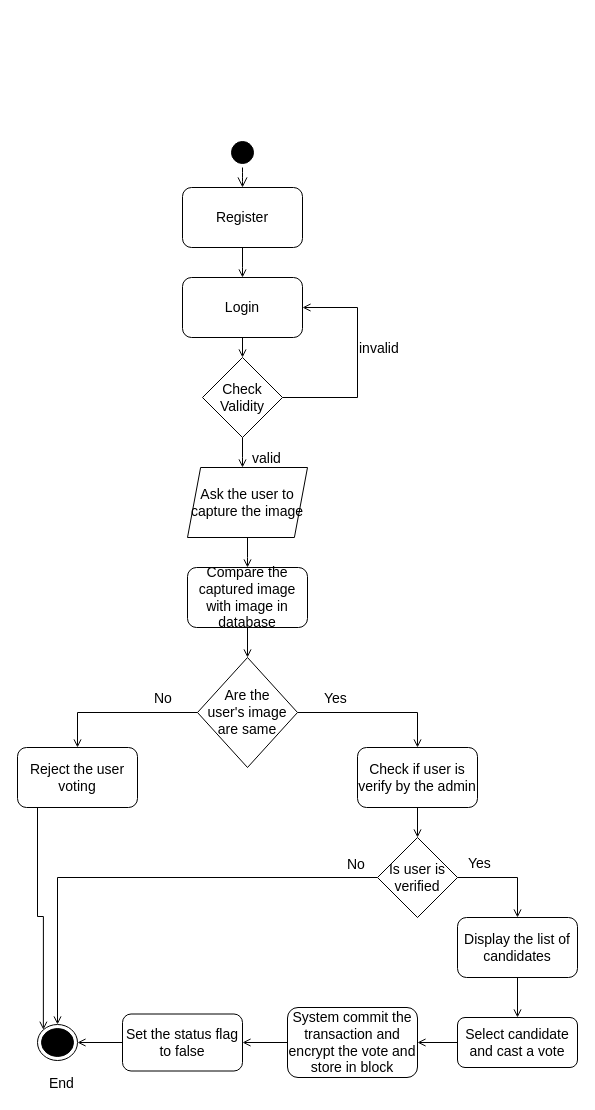
This is page "Page-1" (1 of 3) of Activity.drawio from matic14/BLockVote-UML-Diagram, a draw.io file, before an edit. Source tidied: cells renumbered, new cells numbered last; positions are measured from the earlier drawing's top-left corner, leaving out a move shared by most shapes. Both pictures are drawn from the tidied source at 100%, with x=0, y=0 at pixel (17, 137).
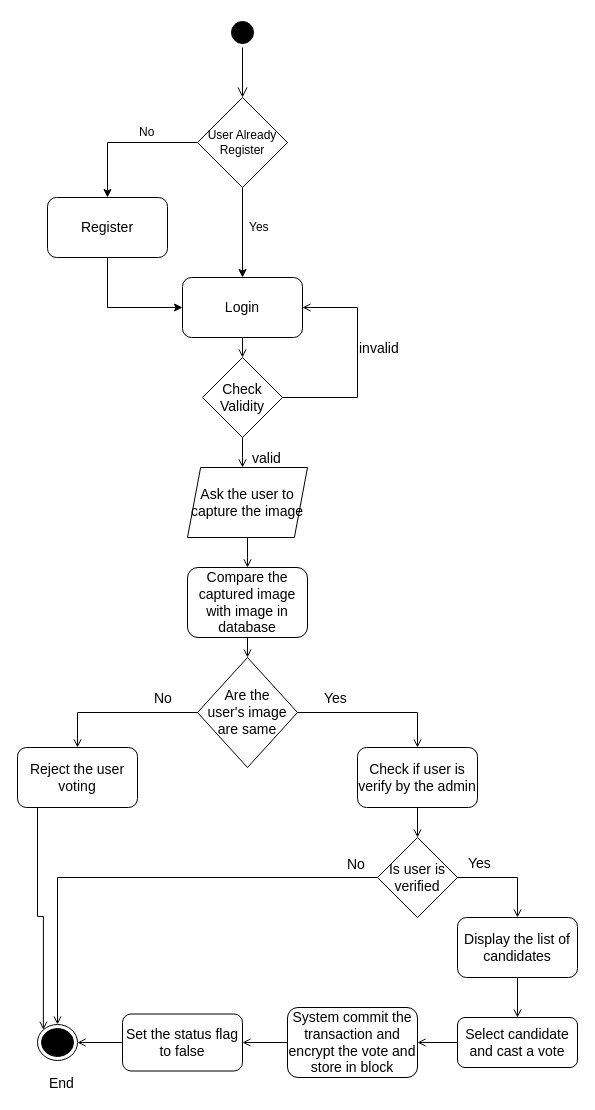
The same page after the edit.

The change refers to these unchanged cells:
```xml
<mxCell id="7" value="&lt;span&gt;Login&lt;/span&gt;" style="rounded=1;whiteSpace=wrap;html=1;strokeColor=#000000;fontSize=14;fontStyle=0;" parent="1" vertex="1">
  <mxGeometry x="165" y="140" width="120" height="60" as="geometry" />
</mxCell>
```

Diff of the diagram source:
```diff
@@
     <mxCell id="2" style="ellipse;html=1;shape=startState;fillColor=#000000;strokeColor=#000000;fontSize=14;fontStyle=0;" parent="1" vertex="1">
-      <mxGeometry x="210" width="30" height="30" as="geometry" />
+      <mxGeometry x="210" y="-120" width="30" height="30" as="geometry" />
     </mxCell>
-    <mxCell id="3" style="edgeStyle=orthogonalEdgeStyle;html=1;verticalAlign=bottom;endArrow=open;endSize=8;strokeColor=#000000;fontSize=14;fontStyle=0;" parent="1" edge="1" source="2">
-      <mxGeometry relative="1" as="geometry">
-        <mxPoint x="225" y="50" as="targetPoint" />
-      </mxGeometry>
+    <mxCell id="3" style="edgeStyle=orthogonalEdgeStyle;html=1;verticalAlign=bottom;endArrow=open;endSize=8;strokeColor=#000000;fontSize=14;fontStyle=0;entryX=0.5;entryY=0;entryDx=0;entryDy=0;" parent="1" edge="1" source="2" target="44">
+      <mxGeometry relative="1" as="geometry" />
     </mxCell>
-    <mxCell id="4" style="edgeStyle=orthogonalEdgeStyle;rounded=0;jettySize=auto;html=1;strokeColor=#000000;fontSize=14;endArrow=open;endFill=0;fontStyle=0;" parent="1" edge="1" source="5">
-      <mxGeometry relative="1" as="geometry">
-        <mxPoint x="225" y="140" as="targetPoint" />
-      </mxGeometry>
-    </mxCell>
+    <mxCell id="41" style="edgeStyle=orthogonalEdgeStyle;rounded=0;jettySize=auto;html=1;entryX=0;entryY=0.5;entryDx=0;entryDy=0;" parent="1" edge="1" source="5" target="7">
+      <mxGeometry relative="1" as="geometry">
+        <Array as="points">
+          <mxPoint x="90" y="170" />
+        </Array>
+      </mxGeometry>
+    </mxCell>
     <mxCell id="5" value="Register" style="rounded=1;whiteSpace=wrap;html=1;strokeColor=#000000;fontSize=14;fontStyle=0;" parent="1" vertex="1">
-      <mxGeometry x="165" y="50" width="120" height="60" as="geometry" />
+      <mxGeometry x="30" y="60" width="120" height="60" as="geometry" />
     </mxCell>
@@
     <mxCell id="16" value="Compare the captured image with image in database" style="rounded=1;whiteSpace=wrap;html=1;strokeColor=#000000;fontSize=14;fontStyle=0;" parent="1" vertex="1">
-      <mxGeometry x="170" y="430" width="120" height="60" as="geometry" />
+      <mxGeometry x="170" y="430" width="120" height="70" as="geometry" />
     </mxCell>
@@
+    <mxCell id="42" style="edgeStyle=orthogonalEdgeStyle;rounded=0;jettySize=auto;html=1;entryX=0.5;entryY=0;entryDx=0;entryDy=0;" parent="1" edge="1" source="44" target="5">
+      <mxGeometry relative="1" as="geometry" />
+    </mxCell>
+    <mxCell id="43" style="edgeStyle=orthogonalEdgeStyle;rounded=0;jettySize=auto;html=1;entryX=0.5;entryY=0;entryDx=0;entryDy=0;" parent="1" edge="1" source="44" target="7">
+      <mxGeometry relative="1" as="geometry" />
+    </mxCell>
+    <mxCell id="44" value="User Already Register" style="rhombus;whiteSpace=wrap;html=1;" parent="1" vertex="1">
+      <mxGeometry x="180" y="-40" width="90" height="90" as="geometry" />
+    </mxCell>
+    <mxCell id="45" value="Yes" style="text;html=1;align=left;verticalAlign=top;spacingTop=-4;" parent="1" vertex="1">
+      <mxGeometry x="230" y="80" width="30" height="20" as="geometry" />
+    </mxCell>
+    <mxCell id="46" value="No" style="text;html=1;align=left;verticalAlign=top;spacingTop=-4;" parent="1" vertex="1">
+      <mxGeometry x="120" y="-15" width="30" height="20" as="geometry" />
+    </mxCell>
```
